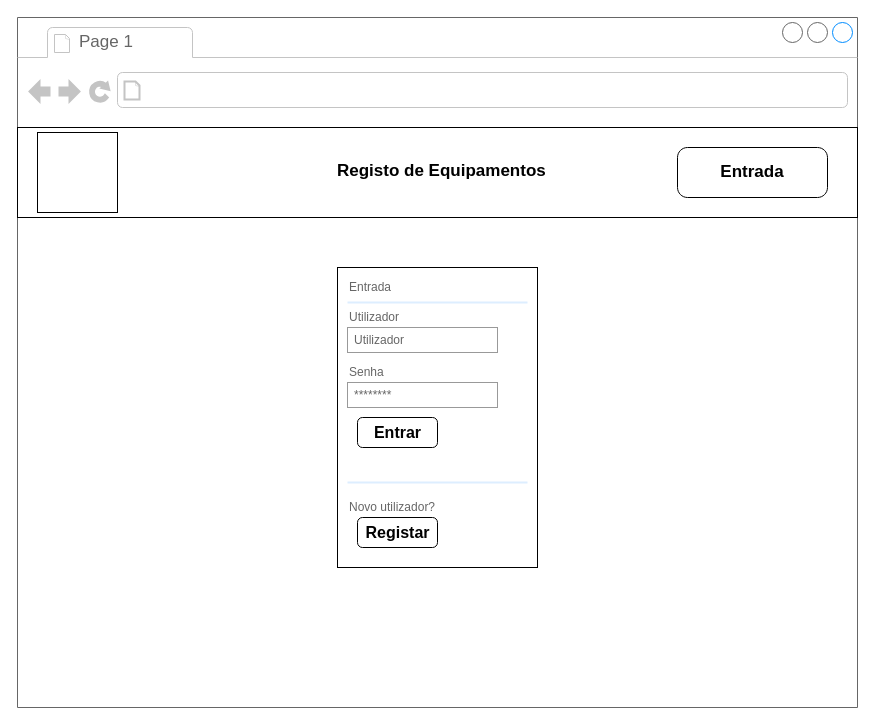
This is page "Login" (1 of 9) of Desenho/Mockups/Completo.drawio from VicenteCAlves/ProjetoFinalPWA, a draw.io file, before an edit. Source tidied: cells renumbered, new cells numbered last; positions are measured from the earlier drawing's top-left corner, leaving out a move shared by most shapes. Both pictures are drawn from the tidied source at 100%, with x=0, y=0 at pixel (17, 17).
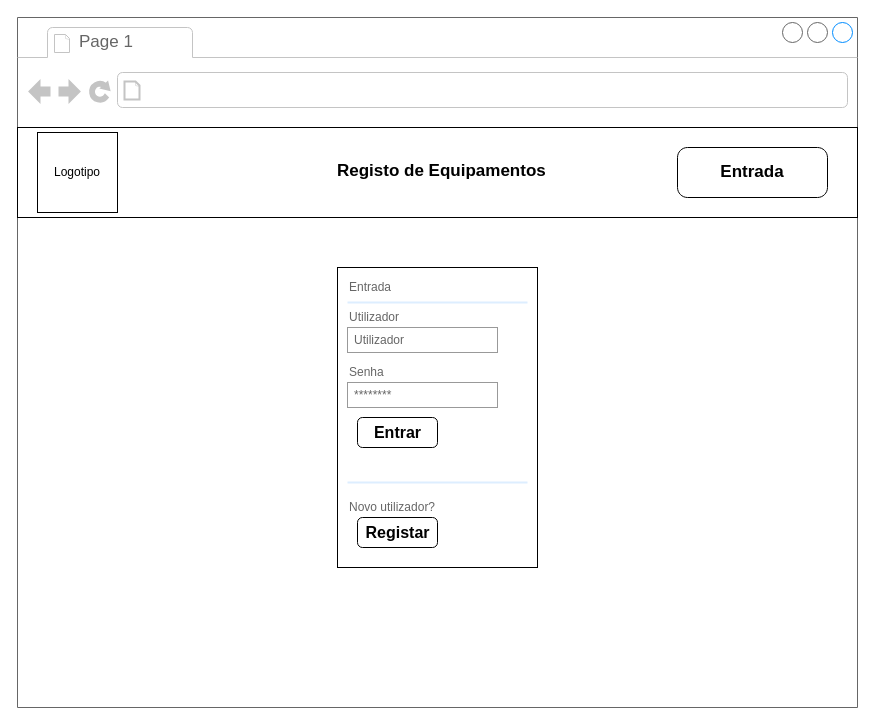
After the change.

The change refers to these unchanged cells:
```xml
<mxCell id="2" style="strokeWidth=1;shadow=0;dashed=0;align=center;html=1;shape=mxgraph.mockup.containers.browserWindow;rSize=0;strokeColor=#666666;strokeColor2=#008cff;strokeColor3=#c4c4c4;mainText=,;" parent="1" vertex="1">
  <mxGeometry width="840" height="690" as="geometry" />
</mxCell>
```

Diff of the diagram source:
```diff
@@
-    <mxCell id="18" style="whiteSpace=wrap;html=1;" parent="2" vertex="1">
+    <mxCell id="18" value="&lt;span&gt;Logotipo&lt;/span&gt;" style="whiteSpace=wrap;html=1;" parent="2" vertex="1">
       <mxGeometry x="20" y="115" width="80" height="80" as="geometry" />
     </mxCell>
```
